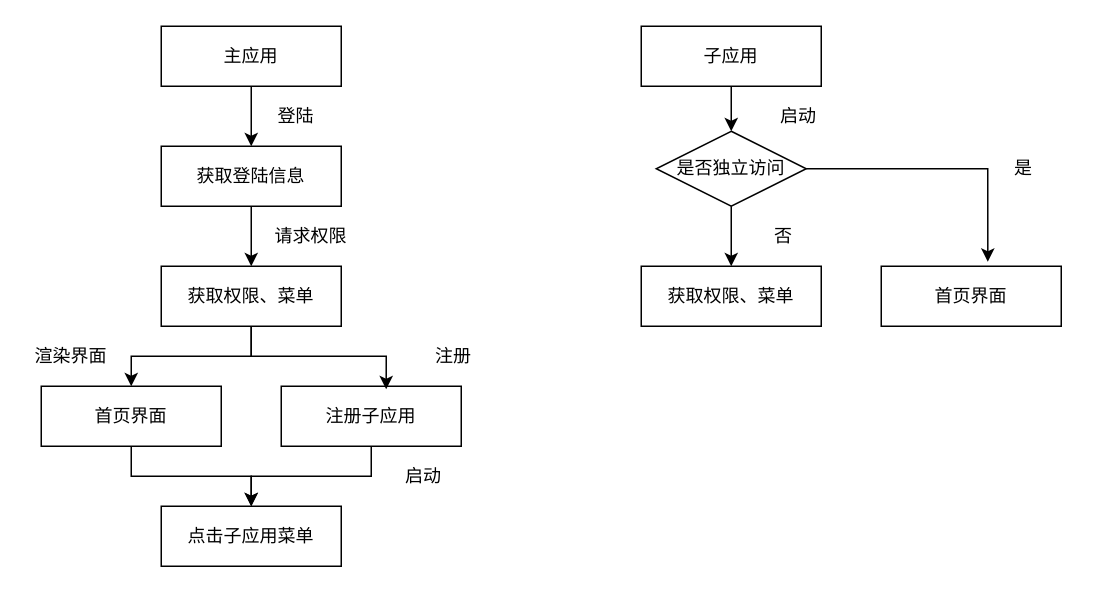
Above: Untitled Diagram.drawio in soulxy/ng4 (draw.io), before the change. Source tidied: cells renumbered, new cells numbered last; positions are measured from the earlier drawing's top-left corner, leaving out a move shared by most shapes. Both pictures are drawn from the tidied source at 150%, with x=0, y=0 at pixel (26, 26).
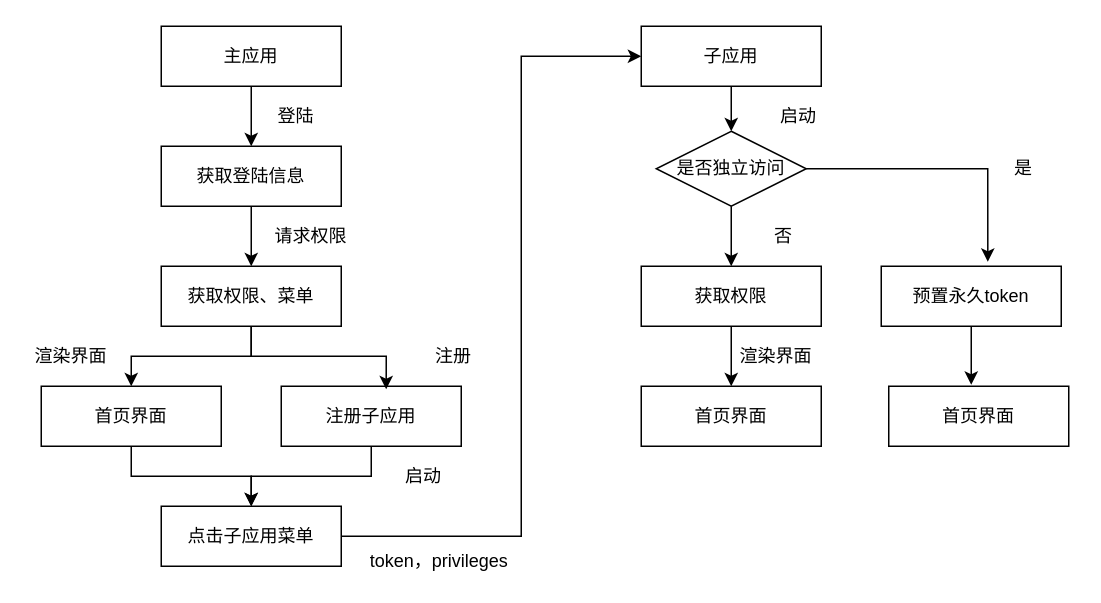
Above is the later version.

The change refers to these unchanged cells:
```xml
<mxCell id="15" value="点击子应用菜单" style="rounded=0;whiteSpace=wrap;html=1;" parent="1" vertex="1">
  <mxGeometry x="90" y="320" width="120" height="40" as="geometry" />
</mxCell>
<mxCell id="18" value="子应用" style="rounded=0;whiteSpace=wrap;html=1;" parent="1" vertex="1">
  <mxGeometry x="410" width="120" height="40" as="geometry" />
</mxCell>
```

Change to the diagram source:
```diff
@@
+    <mxCell id="29" style="edgeStyle=orthogonalEdgeStyle;rounded=0;jettySize=auto;html=1;" parent="1" edge="1" source="15" target="18">
+      <mxGeometry relative="1" as="geometry">
+        <Array as="points">
+          <mxPoint x="330" y="340" />
+          <mxPoint x="330" y="20" />
+        </Array>
+      </mxGeometry>
+    </mxCell>
@@
+    <mxCell id="30" style="edgeStyle=orthogonalEdgeStyle;rounded=0;jettySize=auto;html=1;entryX=0.5;entryY=0;entryDx=0;entryDy=0;" parent="1" edge="1" source="23" target="32">
+      <mxGeometry relative="1" as="geometry" />
+    </mxCell>
-    <mxCell id="23" value="获取权限、菜单" style="rounded=0;whiteSpace=wrap;html=1;" parent="1" vertex="1">
+    <mxCell id="23" value="获取权限" style="rounded=0;whiteSpace=wrap;html=1;" parent="1" vertex="1">
       <mxGeometry x="410" y="160" width="120" height="40" as="geometry" />
     </mxCell>
@@
+    <mxCell id="31" style="edgeStyle=orthogonalEdgeStyle;rounded=0;jettySize=auto;html=1;" parent="1" edge="1" source="26">
+      <mxGeometry relative="1" as="geometry">
+        <mxPoint x="630" y="239" as="targetPoint" />
+      </mxGeometry>
+    </mxCell>
-    <mxCell id="26" value="首页界面" style="rounded=0;whiteSpace=wrap;html=1;" parent="1" vertex="1">
+    <mxCell id="26" value="预置永久token" style="rounded=0;whiteSpace=wrap;html=1;" parent="1" vertex="1">
       <mxGeometry x="570" y="160" width="120" height="40" as="geometry" />
     </mxCell>
@@
+    <mxCell id="32" value="首页界面" style="rounded=0;whiteSpace=wrap;html=1;" parent="1" vertex="1">
+      <mxGeometry x="410" y="240" width="120" height="40" as="geometry" />
+    </mxCell>
+    <mxCell id="33" value="渲染界面" style="text;html=1;strokeColor=none;fillColor=none;align=center;verticalAlign=middle;whiteSpace=wrap;rounded=0;" parent="1" vertex="1">
+      <mxGeometry x="470" y="210" width="60" height="20" as="geometry" />
+    </mxCell>
+    <mxCell id="34" value="首页界面" style="rounded=0;whiteSpace=wrap;html=1;" parent="1" vertex="1">
+      <mxGeometry x="575" y="240" width="120" height="40" as="geometry" />
+    </mxCell>
+    <mxCell id="35" value="token，privileges" style="text;html=1;strokeColor=none;fillColor=none;align=center;verticalAlign=middle;whiteSpace=wrap;rounded=0;" parent="1" vertex="1">
+      <mxGeometry x="220" y="347" width="111" height="20" as="geometry" />
+    </mxCell>
```
